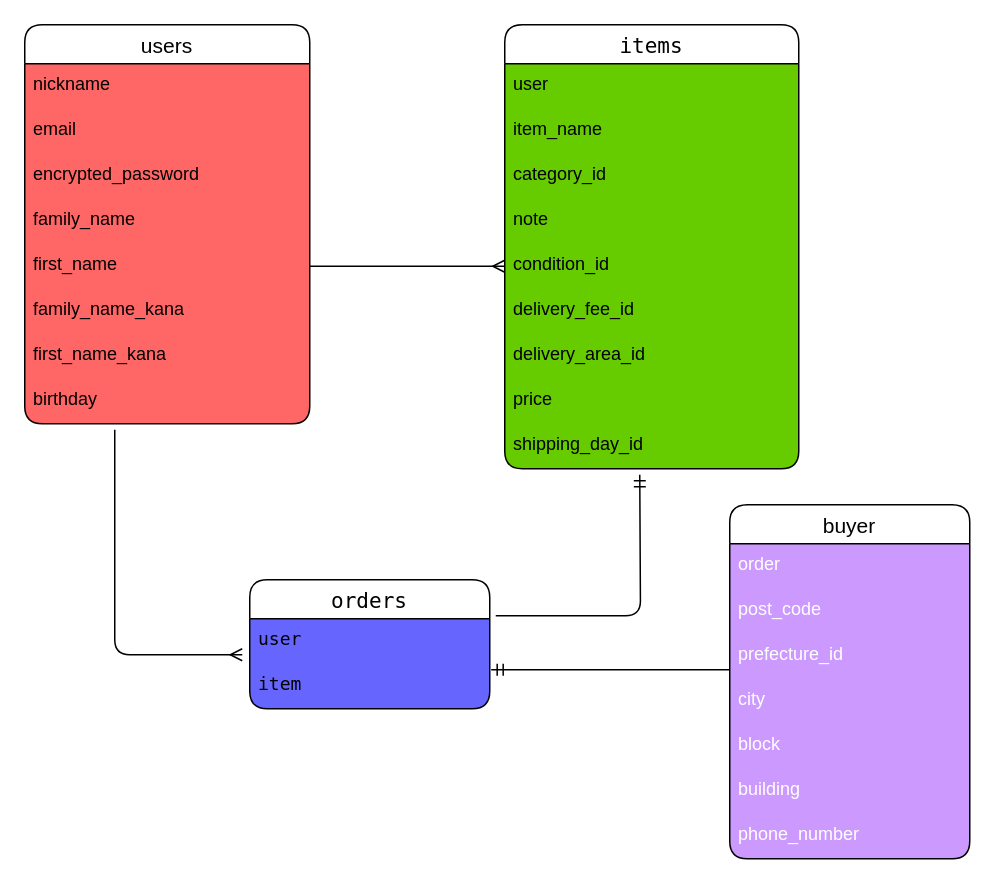
watoco015/furima-39807 keeps this draw.io diagram as furima.dio. Above is the earlier version. Source tidied: cells renumbered, new cells numbered last; positions are measured from the earlier drawing's top-left corner, leaving out a move shared by most shapes. Both pictures are drawn from the tidied source at 150%, with x=0, y=0 at pixel (24, 24).
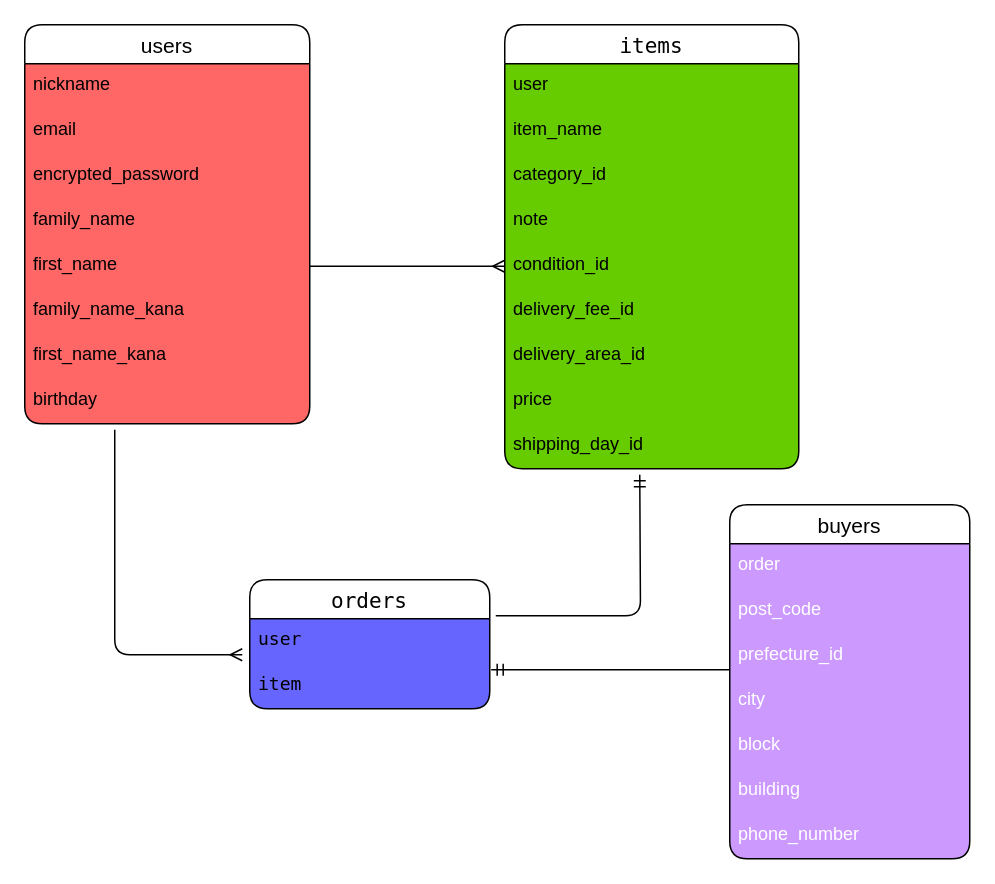
After the change.

Diff of the diagram source:
```diff
@@
-    <mxCell id="28" value="buyer" style="swimlane;fontStyle=0;horizontal=1;startSize=26;align=center;fontSize=14;labelBackgroundColor=default;fontColor=default;rounded=1;swimlaneFillColor=#CC99FF;" parent="1" vertex="1">
+    <mxCell id="28" value="buyers" style="swimlane;fontStyle=0;horizontal=1;startSize=26;align=center;fontSize=14;labelBackgroundColor=default;fontColor=default;rounded=1;swimlaneFillColor=#CC99FF;" parent="1" vertex="1">
       <mxGeometry x="470" y="320" width="160" height="236" as="geometry" />
     </mxCell>
```
